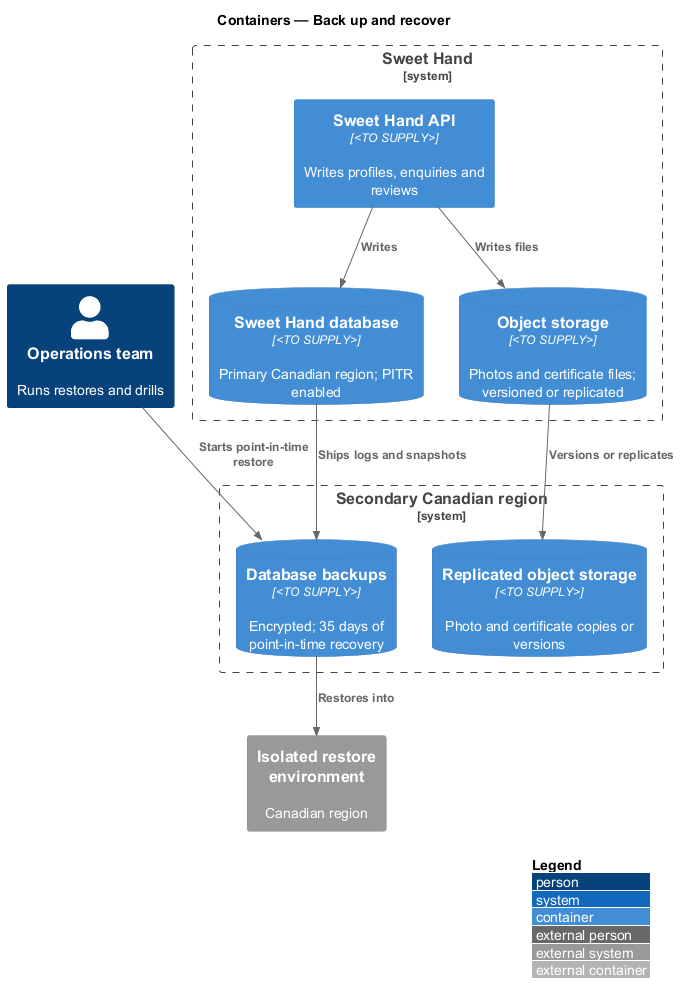
Earlier version of the PlantUML export docs/detailed-designs/platform/back-up-and-recover/diagrams/c4-container.png (QuinntyneBrown/sweet-hand).
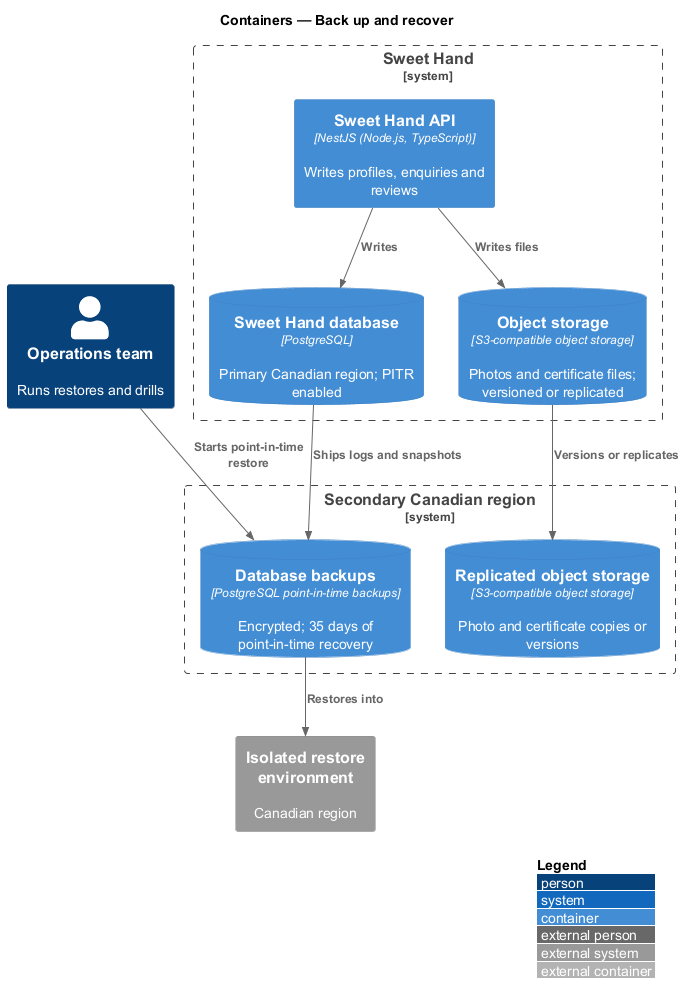
Above is the later version.

What changed in the source:
```diff
@@ -5,13 +5,13 @@
 
 Person(ops, "Operations team", "Runs restores and drills")
 System_Boundary(sweethand, "Sweet Hand") {
-  Container(api, "Sweet Hand API", "<TO SUPPLY>", "Writes profiles, enquiries and reviews")
-  ContainerDb(db, "Sweet Hand database", "<TO SUPPLY>", "Primary Canadian region; PITR enabled")
-  ContainerDb(storage, "Object storage", "<TO SUPPLY>", "Photos and certificate files; versioned or replicated")
+  Container(api, "Sweet Hand API", "NestJS (Node.js, TypeScript)", "Writes profiles, enquiries and reviews")
+  ContainerDb(db, "Sweet Hand database", "PostgreSQL", "Primary Canadian region; PITR enabled")
+  ContainerDb(storage, "Object storage", "S3-compatible object storage", "Photos and certificate files; versioned or replicated")
 }
 System_Boundary(secondary, "Secondary Canadian region") {
-  ContainerDb(dbbackup, "Database backups", "<TO SUPPLY>", "Encrypted; 35 days of point-in-time recovery")
-  ContainerDb(replica, "Replicated object storage", "<TO SUPPLY>", "Photo and certificate copies or versions")
+  ContainerDb(dbbackup, "Database backups", "PostgreSQL point-in-time backups", "Encrypted; 35 days of point-in-time recovery")
+  ContainerDb(replica, "Replicated object storage", "S3-compatible object storage", "Photo and certificate copies or versions")
 }
 System_Ext(restore, "Isolated restore environment", "Canadian region")
 
```
